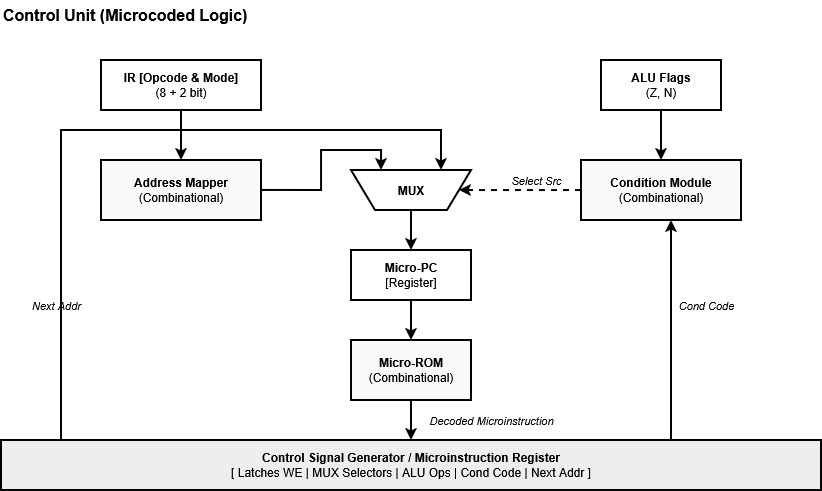
Earlier version of the draw.io export img/CU.png (Antichnoste/csa-lab4). Source tidied: cells renumbered, new cells last; positions are measured from the earlier drawing's top-left corner, leaving out a move shared by most shapes.
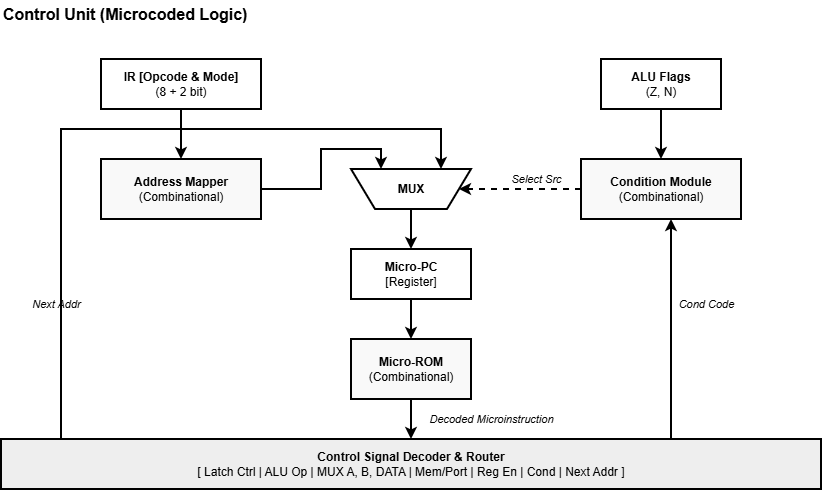
Above is the later version.

The edit, as a diff of the source:
```diff
@@ -57,7 +57,7 @@
     <mxCell id="16" style="edgeStyle=orthogonalEdgeStyle;rounded=0;html=1;strokeColor=#000000;strokeWidth=2;" parent="1" edge="1" source="13" target="15">
       <mxGeometry relative="1" as="geometry" />
     </mxCell>
-    <mxCell id="17" value="&lt;b&gt;Control Signal Generator / Microinstruction Register&lt;/b&gt;&#10;[ Latches WE | MUX Selectors | ALU Ops | Cond Code | Next Addr ]" style="rounded=0;whiteSpace=wrap;html=1;fillColor=#eeeeee;strokeColor=#000000;strokeWidth=2;" parent="1" vertex="1">
+    <mxCell id="17" value="&lt;span class=&quot;router-outlet-wrapper ng-tns-c3632379874-0&quot;&gt;&lt;strong class=&quot;ng-star-inserted&quot;&gt;&lt;span class=&quot;inline-code ng-star-inserted&quot;&gt;Control Signal Decoder &amp;amp; Router&lt;/span&gt;&lt;/strong&gt;&lt;/span&gt;&lt;div&gt;&lt;span class=&quot;router-outlet-wrapper ng-tns-c3632379874-0&quot;&gt;[ Latch Ctrl | ALU Op | MUX A, B, DATA | Mem/Port | Reg En | Cond | Next Addr ]&lt;/span&gt;&lt;/div&gt;" style="rounded=0;whiteSpace=wrap;html=1;fillColor=#eeeeee;strokeColor=#000000;strokeWidth=2;" parent="1" vertex="1">
       <mxGeometry y="440" width="820" height="50" as="geometry" />
     </mxCell>
     <mxCell id="18" style="edgeStyle=orthogonalEdgeStyle;rounded=0;html=1;strokeColor=#000000;strokeWidth=2;" parent="1" edge="1" source="15" target="17">
```
